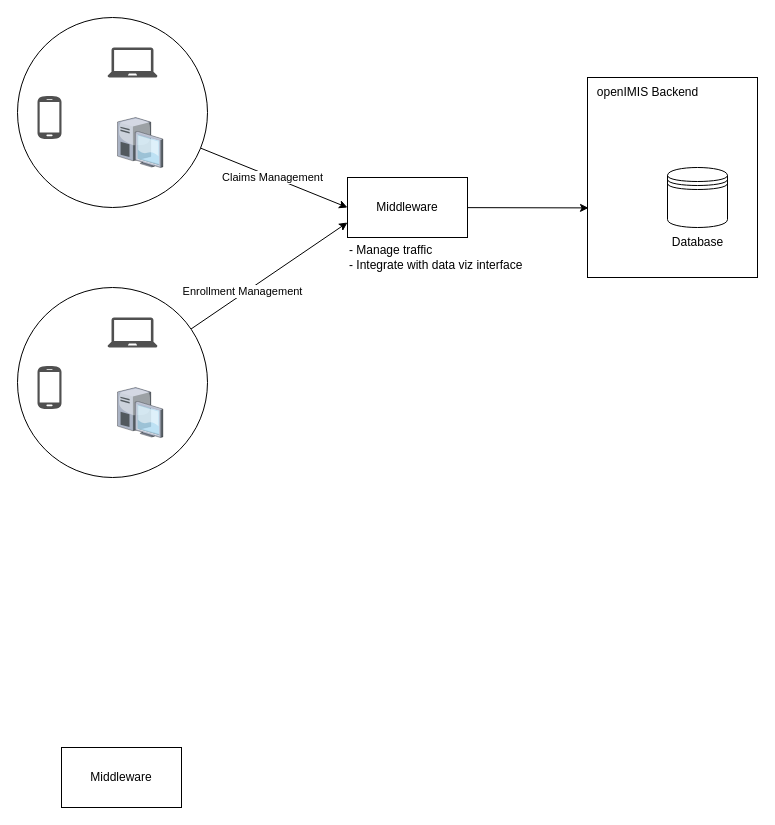
This is middleware.drawio from lincoln5702/diagram, a draw.io file, before an edit. Source tidied: cells renumbered, new cells numbered last; positions are measured from the earlier drawing's top-left corner, leaving out a move shared by most shapes. Both pictures are drawn from the tidied source at 100%, with x=0, y=0 at pixel (17, 17).
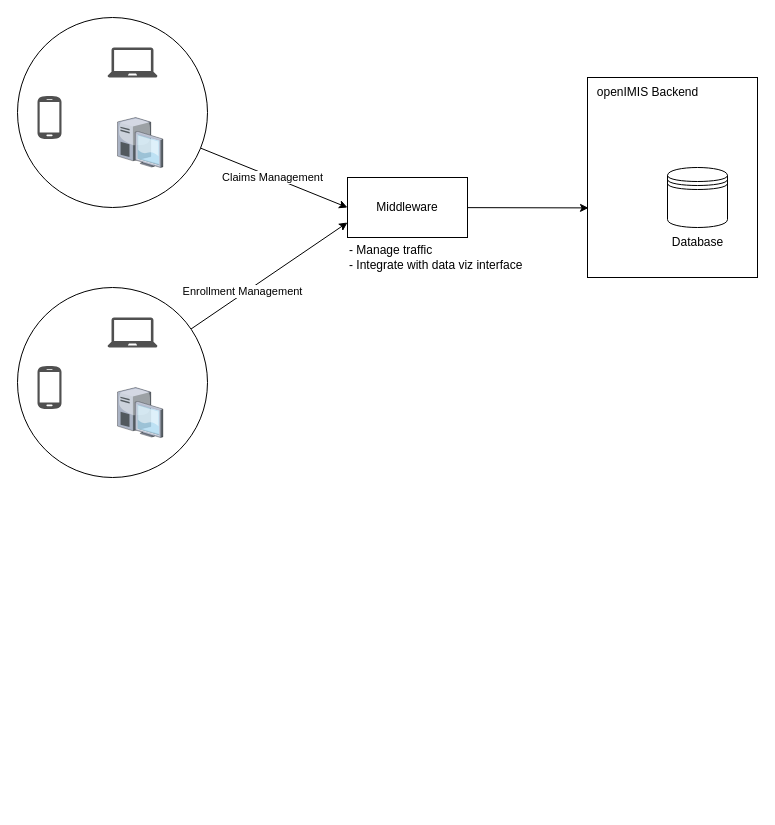
Above is the later version.

Commit message (it also covers changes not shown here):
Remove extra block

What changed in the source:
```diff
@@
-    <mxCell id="19" value="Middleware" style="rounded=0;whiteSpace=wrap;html=1;" parent="1" vertex="1">
-      <mxGeometry x="44" y="730" width="120" height="60" as="geometry" />
-    </mxCell>
```
